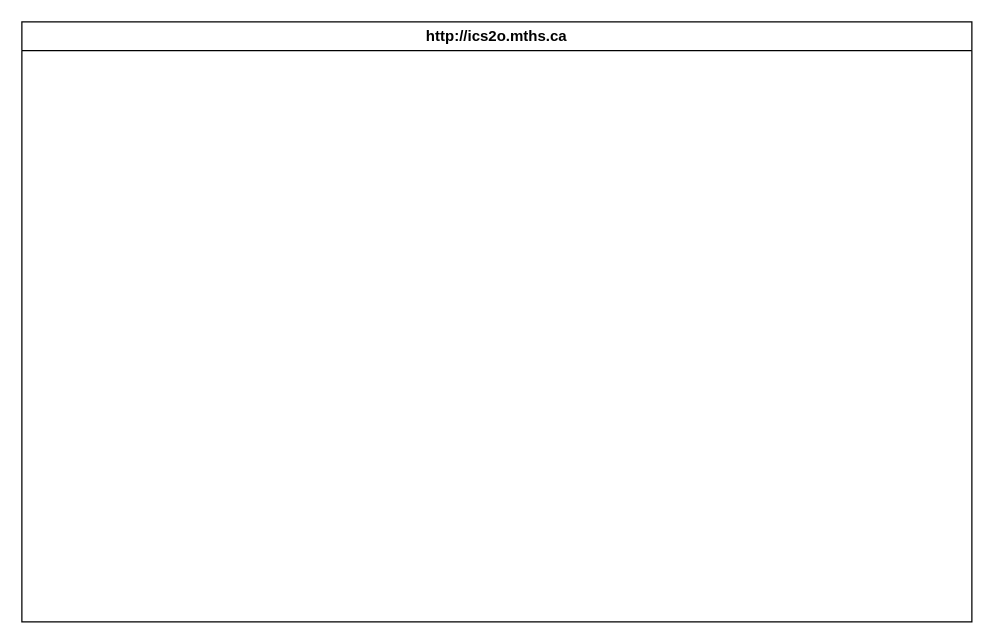
Before: design/storyboard.drawio in MTHS-ICS2O-2-2022/ICS2O-Unit-3-01-Fares-Abdelkader, a draw.io diagram. Source tidied: cells renumbered, new cells numbered last; positions are measured from the earlier drawing's top-left corner, leaving out a move shared by most shapes. Both pictures are drawn from the tidied source at 125%, with x=0, y=0 at pixel (21, 21).
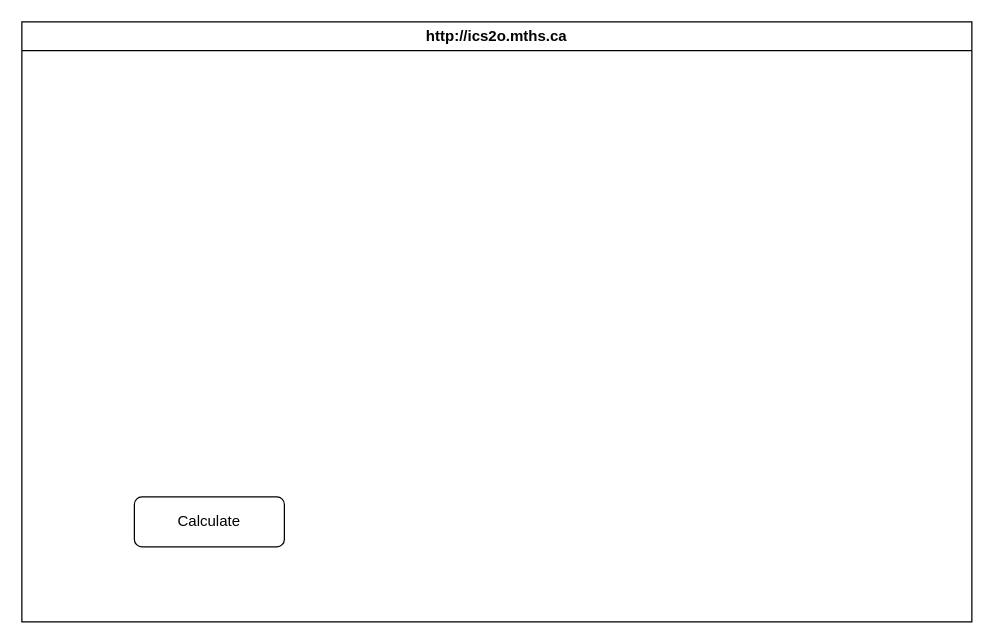
Above is the later version.

What changed in the source:
```diff
@@
 <mxGraphModel>
   <root>
     <mxCell id="0" />
     <mxCell id="1" parent="0" />
     <mxCell id="2" value="http://ics2o.mths.ca" style="swimlane;whiteSpace=wrap;html=1;" parent="1" vertex="1">
       <mxGeometry width="760" height="480" as="geometry" />
     </mxCell>
+    <mxCell id="3" value="Calculate" style="rounded=1;whiteSpace=wrap;html=1;" parent="2" vertex="1">
+      <mxGeometry x="90" y="380" width="120" height="40" as="geometry" />
+    </mxCell>
   </root>
 </mxGraphModel>
```
